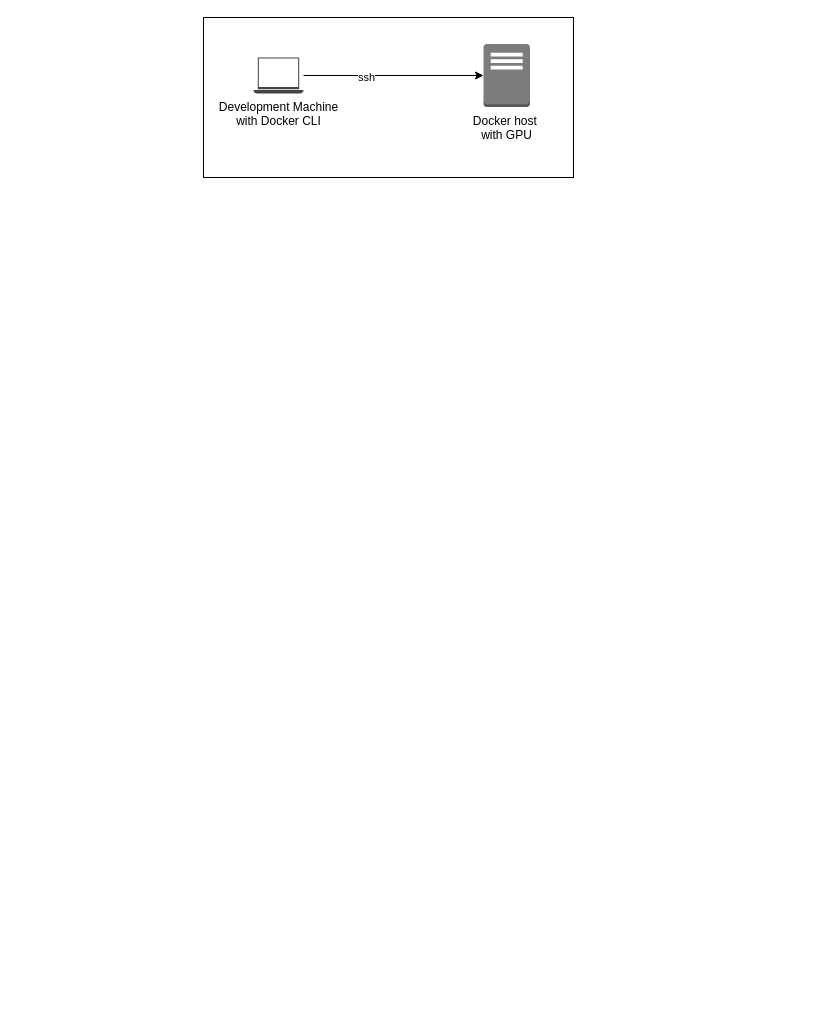
Above: doc/diagrams/local-development.drawio in syamaner/photo-search (draw.io), before the change. Source tidied: cells renumbered, new cells numbered last; positions are measured from the earlier drawing's top-left corner, leaving out a move shared by most shapes. Both pictures are drawn from the tidied source at 100%, with x=0, y=0 at pixel (203, 17). Pictures stored in the file or linked from it are replaced by grey dashed boxes.
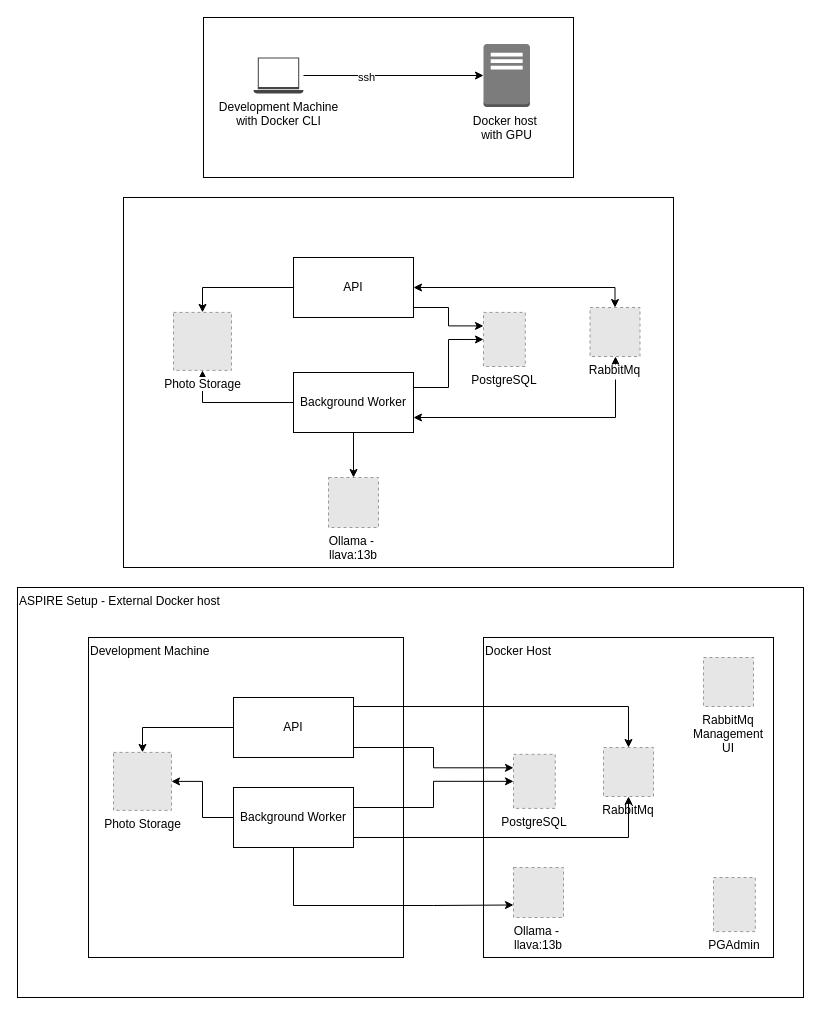
The same diagram, later.

What changed in the source:
```diff
@@
+    <mxCell id="7" value="ASPIRE Setup - External Docker host" style="rounded=0;whiteSpace=wrap;html=1;align=left;verticalAlign=top;" parent="1" vertex="1">
+      <mxGeometry x="-186" y="570" width="786" height="410" as="geometry" />
+    </mxCell>
@@
+    <mxCell id="8" style="rounded=0;whiteSpace=wrap;html=1;" parent="1" vertex="1">
+      <mxGeometry x="-80" y="180" width="550" height="370" as="geometry" />
+    </mxCell>
+    <mxCell id="9" style="edgeStyle=orthogonalEdgeStyle;rounded=0;jettySize=auto;html=1;entryX=0.5;entryY=0;entryDx=0;entryDy=0;" parent="1" edge="1" source="12" target="19">
+      <mxGeometry relative="1" as="geometry" />
+    </mxCell>
+    <mxCell id="10" style="edgeStyle=orthogonalEdgeStyle;rounded=0;jettySize=auto;html=1;entryX=0.5;entryY=0;entryDx=0;entryDy=0;startArrow=classic;startFill=1;" parent="1" edge="1" source="12" target="18">
+      <mxGeometry relative="1" as="geometry" />
+    </mxCell>
+    <mxCell id="11" style="edgeStyle=orthogonalEdgeStyle;rounded=0;jettySize=auto;html=1;entryX=0;entryY=0.25;entryDx=0;entryDy=0;" parent="1" edge="1" source="12" target="20">
+      <mxGeometry relative="1" as="geometry">
+        <Array as="points">
+          <mxPoint x="245" y="290" />
+          <mxPoint x="245" y="308" />
+        </Array>
+      </mxGeometry>
+    </mxCell>
+    <mxCell id="12" value="API" style="rounded=0;whiteSpace=wrap;html=1;" parent="1" vertex="1">
+      <mxGeometry x="90" y="240" width="120" height="60" as="geometry" />
+    </mxCell>
+    <mxCell id="13" style="edgeStyle=orthogonalEdgeStyle;rounded=0;jettySize=auto;html=1;" parent="1" edge="1" source="17" target="19">
+      <mxGeometry relative="1" as="geometry" />
+    </mxCell>
+    <mxCell id="14" style="edgeStyle=orthogonalEdgeStyle;rounded=0;jettySize=auto;html=1;exitX=1;exitY=0.75;exitDx=0;exitDy=0;startArrow=classic;startFill=1;endArrow=classic;endFill=1;" parent="1" edge="1" source="17" target="18">
+      <mxGeometry relative="1" as="geometry">
+        <Array as="points">
+          <mxPoint x="412" y="400" />
+        </Array>
+      </mxGeometry>
+    </mxCell>
+    <mxCell id="15" style="edgeStyle=orthogonalEdgeStyle;rounded=0;jettySize=auto;html=1;entryX=0;entryY=0.5;entryDx=0;entryDy=0;" parent="1" edge="1" source="17" target="20">
+      <mxGeometry relative="1" as="geometry">
+        <Array as="points">
+          <mxPoint x="245" y="370" />
+          <mxPoint x="245" y="322" />
+        </Array>
+      </mxGeometry>
+    </mxCell>
+    <mxCell id="16" style="edgeStyle=orthogonalEdgeStyle;rounded=0;jettySize=auto;html=1;" parent="1" edge="1" source="17" target="21">
+      <mxGeometry relative="1" as="geometry" />
+    </mxCell>
+    <mxCell id="17" value="Background Worker" style="rounded=0;whiteSpace=wrap;html=1;" parent="1" vertex="1">
+      <mxGeometry x="90" y="355" width="120" height="60" as="geometry" />
+    </mxCell>
+    <mxCell id="18" value="RabbitMq" style="fillColor=#E6E6E6;strokeColor=#999999;dashed=1;verticalLabelPosition=bottom;labelBackgroundColor=default;verticalAlign=top;" parent="1" vertex="1">
+      <mxGeometry x="386.5" y="290" width="50" height="49" as="geometry" />
+    </mxCell>
+    <mxCell id="19" value="Photo Storage" style="fillColor=#E6E6E6;strokeColor=#999999;dashed=1;html=1;verticalAlign=top;verticalLabelPosition=bottom;labelBackgroundColor=#ffffff;" parent="1" vertex="1">
+      <mxGeometry x="-30" y="294.9" width="58" height="58" as="geometry" />
+    </mxCell>
+    <mxCell id="20" value="PostgreSQL" style="fillColor=#E6E6E6;strokeColor=#999999;dashed=1;verticalLabelPosition=bottom;labelBackgroundColor=default;verticalAlign=top;" parent="1" vertex="1">
+      <mxGeometry x="280" y="294.9" width="41.8" height="54.1" as="geometry" />
+    </mxCell>
+    <mxCell id="21" value="Ollama - &#10;llava:13b" style="fillColor=#E6E6E6;strokeColor=#999999;dashed=1;verticalLabelPosition=bottom;labelBackgroundColor=default;verticalAlign=top;" parent="1" vertex="1">
+      <mxGeometry x="125" y="460" width="50" height="50" as="geometry" />
+    </mxCell>
+    <mxCell id="22" value="Development Machine" style="rounded=0;whiteSpace=wrap;html=1;verticalAlign=top;align=left;" parent="1" vertex="1">
+      <mxGeometry x="-115" y="620" width="315" height="320" as="geometry" />
+    </mxCell>
+    <mxCell id="23" style="edgeStyle=orthogonalEdgeStyle;rounded=0;jettySize=auto;html=1;entryX=0.5;entryY=0;entryDx=0;entryDy=0;" parent="1" edge="1" source="24" target="27">
+      <mxGeometry relative="1" as="geometry" />
+    </mxCell>
+    <mxCell id="24" value="API" style="rounded=0;whiteSpace=wrap;html=1;" parent="1" vertex="1">
+      <mxGeometry x="30" y="680" width="120" height="60" as="geometry" />
+    </mxCell>
+    <mxCell id="25" style="edgeStyle=orthogonalEdgeStyle;rounded=0;jettySize=auto;html=1;" parent="1" edge="1" source="26" target="27">
+      <mxGeometry relative="1" as="geometry" />
+    </mxCell>
+    <mxCell id="26" value="Background Worker" style="rounded=0;whiteSpace=wrap;html=1;" parent="1" vertex="1">
+      <mxGeometry x="30" y="770" width="120" height="60" as="geometry" />
+    </mxCell>
+    <mxCell id="27" value="Photo Storage" style="fillColor=#E6E6E6;strokeColor=#999999;dashed=1;html=1;verticalAlign=top;verticalLabelPosition=bottom;labelBackgroundColor=#ffffff;" parent="1" vertex="1">
+      <mxGeometry x="-90" y="734.9" width="58" height="58" as="geometry" />
+    </mxCell>
+    <mxCell id="28" value="Docker Host" style="rounded=0;whiteSpace=wrap;html=1;verticalAlign=top;align=left;" parent="1" vertex="1">
+      <mxGeometry x="280" y="620" width="290" height="320" as="geometry" />
+    </mxCell>
+    <mxCell id="29" value="PostgreSQL" style="fillColor=#E6E6E6;strokeColor=#999999;dashed=1;verticalLabelPosition=bottom;labelBackgroundColor=default;verticalAlign=top;" parent="1" vertex="1">
+      <mxGeometry x="310" y="736.8" width="41.8" height="54.1" as="geometry" />
+    </mxCell>
+    <mxCell id="30" value="RabbitMq" style="fillColor=#E6E6E6;strokeColor=#999999;dashed=1;verticalLabelPosition=bottom;labelBackgroundColor=default;verticalAlign=top;" parent="1" vertex="1">
+      <mxGeometry x="400" y="730" width="50" height="49" as="geometry" />
+    </mxCell>
+    <mxCell id="31" value="Ollama - &#10;llava:13b" style="fillColor=#E6E6E6;strokeColor=#999999;dashed=1;verticalLabelPosition=bottom;labelBackgroundColor=default;verticalAlign=top;" parent="1" vertex="1">
+      <mxGeometry x="310" y="850" width="50" height="50" as="geometry" />
+    </mxCell>
+    <mxCell id="32" value="PGAdmin" style="fillColor=#E6E6E6;strokeColor=#999999;dashed=1;verticalLabelPosition=bottom;labelBackgroundColor=default;verticalAlign=top;" parent="1" vertex="1">
+      <mxGeometry x="510" y="860" width="41.8" height="54.1" as="geometry" />
+    </mxCell>
+    <mxCell id="33" value="RabbitMq&#10;Management&#10;UI" style="fillColor=#E6E6E6;strokeColor=#999999;dashed=1;verticalLabelPosition=bottom;labelBackgroundColor=default;verticalAlign=top;" parent="1" vertex="1">
+      <mxGeometry x="500" y="640" width="50" height="49" as="geometry" />
+    </mxCell>
+    <mxCell id="34" style="edgeStyle=orthogonalEdgeStyle;rounded=0;jettySize=auto;html=1;entryX=0;entryY=0.5;entryDx=0;entryDy=0;" parent="1" edge="1" source="26" target="29">
+      <mxGeometry relative="1" as="geometry">
+        <Array as="points">
+          <mxPoint x="230" y="790" />
+          <mxPoint x="230" y="764" />
+        </Array>
+      </mxGeometry>
+    </mxCell>
+    <mxCell id="35" style="edgeStyle=orthogonalEdgeStyle;rounded=0;jettySize=auto;html=1;entryX=0;entryY=0.25;entryDx=0;entryDy=0;" parent="1" edge="1" source="24" target="29">
+      <mxGeometry relative="1" as="geometry">
+        <Array as="points">
+          <mxPoint x="230" y="730" />
+          <mxPoint x="230" y="750" />
+        </Array>
+      </mxGeometry>
+    </mxCell>
+    <mxCell id="36" style="edgeStyle=orthogonalEdgeStyle;rounded=0;jettySize=auto;html=1;entryX=0.5;entryY=0;entryDx=0;entryDy=0;exitX=1;exitY=0.15;exitDx=0;exitDy=0;exitPerimeter=0;" parent="1" edge="1" source="24" target="30">
+      <mxGeometry relative="1" as="geometry" />
+    </mxCell>
+    <mxCell id="37" style="edgeStyle=orthogonalEdgeStyle;rounded=0;jettySize=auto;html=1;" parent="1" edge="1" source="26" target="30">
+      <mxGeometry relative="1" as="geometry">
+        <Array as="points">
+          <mxPoint x="425" y="820" />
+        </Array>
+      </mxGeometry>
+    </mxCell>
+    <mxCell id="38" style="edgeStyle=orthogonalEdgeStyle;rounded=0;jettySize=auto;html=1;entryX=0;entryY=0.75;entryDx=0;entryDy=0;" parent="1" edge="1" source="26" target="31">
+      <mxGeometry relative="1" as="geometry">
+        <Array as="points">
+          <mxPoint x="90" y="888" />
+          <mxPoint x="230" y="888" />
+        </Array>
+      </mxGeometry>
+    </mxCell>
```
